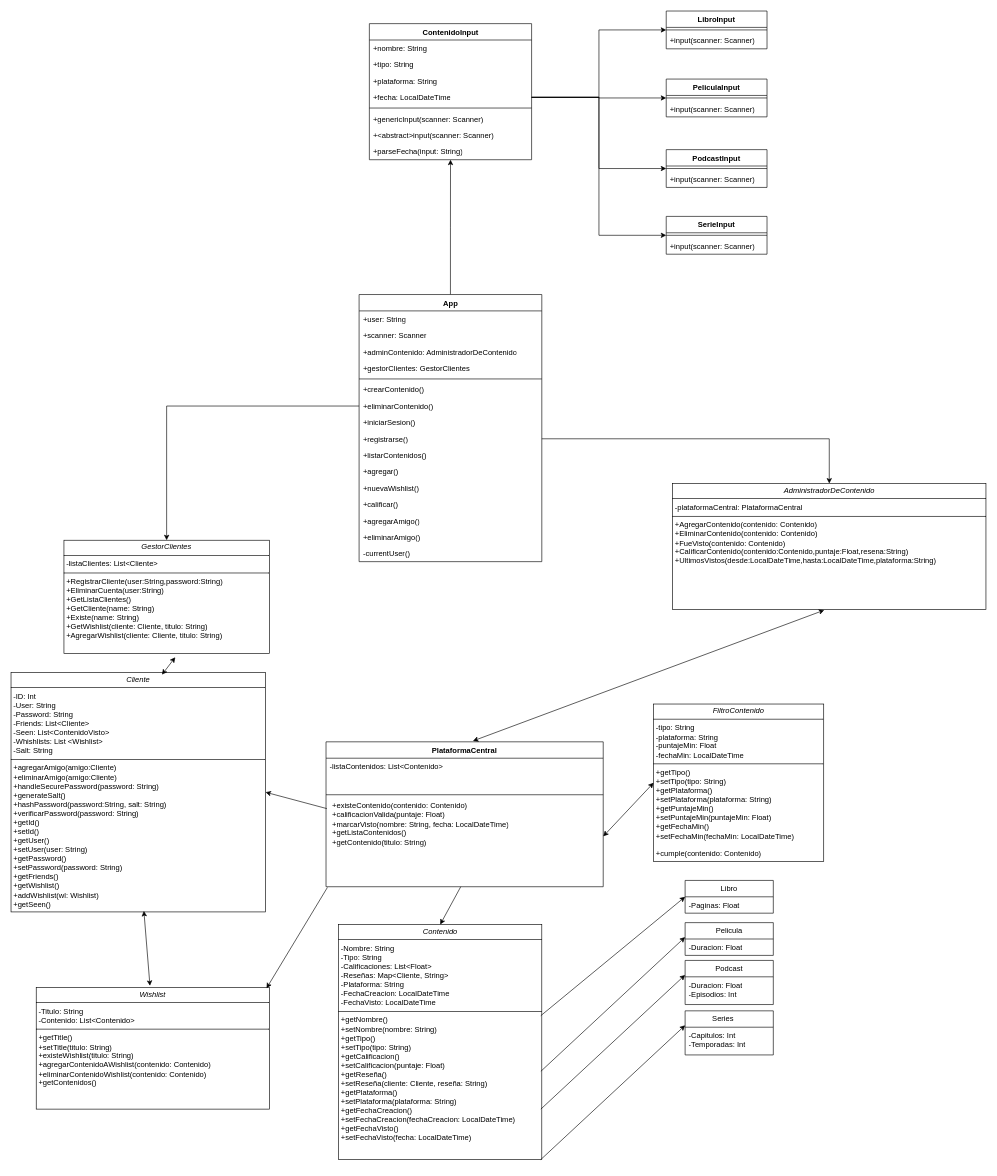
Earlier version of the draw.io diagram informe/diagramas/DiagramaClasesTop5.drawio (mnlcz/undav-tp-objetos). Source tidied: cells renumbered, new cells numbered last; positions are measured from the earlier drawing's top-left corner, leaving out a move shared by most shapes. Both pictures are drawn from the tidied source at 63%, with x=0, y=0 at pixel (11, 11).
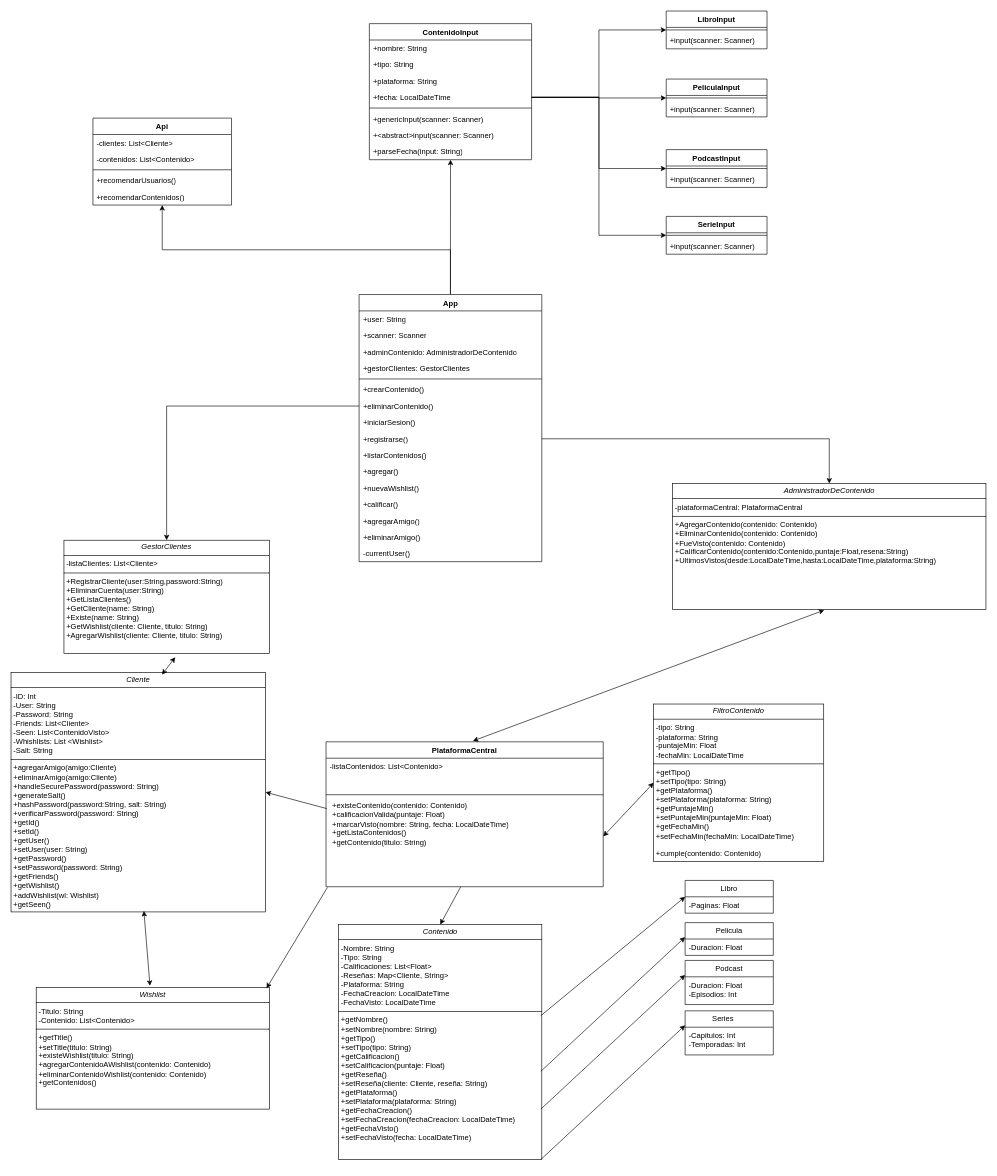
Above is the later version.

Unchanged cells that the change refers to:
```xml
<mxCell id="32" value="App" style="swimlane;fontStyle=1;align=center;verticalAlign=top;horizontal=1;startSize=26;whiteSpace=wrap;html=1;" parent="1" vertex="1">
  <mxGeometry x="552.5" y="450" width="290" height="424" as="geometry" />
</mxCell>
```

What changed in the source:
```diff
@@
+    <mxCell id="76" style="edgeStyle=orthogonalEdgeStyle;rounded=0;jettySize=auto;html=1;exitX=0.5;exitY=0;exitDx=0;exitDy=0;" parent="1" edge="1" source="32" target="77">
+      <mxGeometry relative="1" as="geometry" />
+    </mxCell>
@@
+    <mxCell id="77" value="Api" style="swimlane;fontStyle=1;align=center;verticalAlign=top;horizontal=1;startSize=26;whiteSpace=wrap;html=1;" parent="1" vertex="1">
+      <mxGeometry x="130" y="170" width="220" height="138" as="geometry" />
+    </mxCell>
+    <mxCell id="78" value="-clientes: List&amp;lt;Cliente&amp;gt;" style="text;strokeColor=none;fillColor=none;align=left;verticalAlign=top;spacingLeft=4;spacingRight=4;overflow=hidden;whiteSpace=wrap;html=1;" parent="77" vertex="1">
+      <mxGeometry y="26" width="220" height="26" as="geometry" />
+    </mxCell>
+    <mxCell id="79" value="-contenidos: List&amp;lt;Contenido&amp;gt;" style="text;strokeColor=none;fillColor=none;align=left;verticalAlign=top;spacingLeft=4;spacingRight=4;overflow=hidden;whiteSpace=wrap;html=1;" parent="77" vertex="1">
+      <mxGeometry y="52" width="220" height="26" as="geometry" />
+    </mxCell>
+    <mxCell id="80" style="line;strokeWidth=1;fillColor=none;align=left;verticalAlign=middle;spacingTop=-1;spacingLeft=3;spacingRight=3;labelPosition=right;strokeColor=inherit;" parent="77" vertex="1">
+      <mxGeometry y="78" width="220" height="8" as="geometry" />
+    </mxCell>
+    <mxCell id="81" value="+recomendarUsuarios()" style="text;strokeColor=none;fillColor=none;align=left;verticalAlign=top;spacingLeft=4;spacingRight=4;overflow=hidden;whiteSpace=wrap;html=1;" parent="77" vertex="1">
+      <mxGeometry y="86" width="220" height="26" as="geometry" />
+    </mxCell>
+    <mxCell id="82" value="+recomendarContenidos()" style="text;strokeColor=none;fillColor=none;align=left;verticalAlign=top;spacingLeft=4;spacingRight=4;overflow=hidden;whiteSpace=wrap;html=1;" parent="77" vertex="1">
+      <mxGeometry y="112" width="220" height="26" as="geometry" />
+    </mxCell>
```
